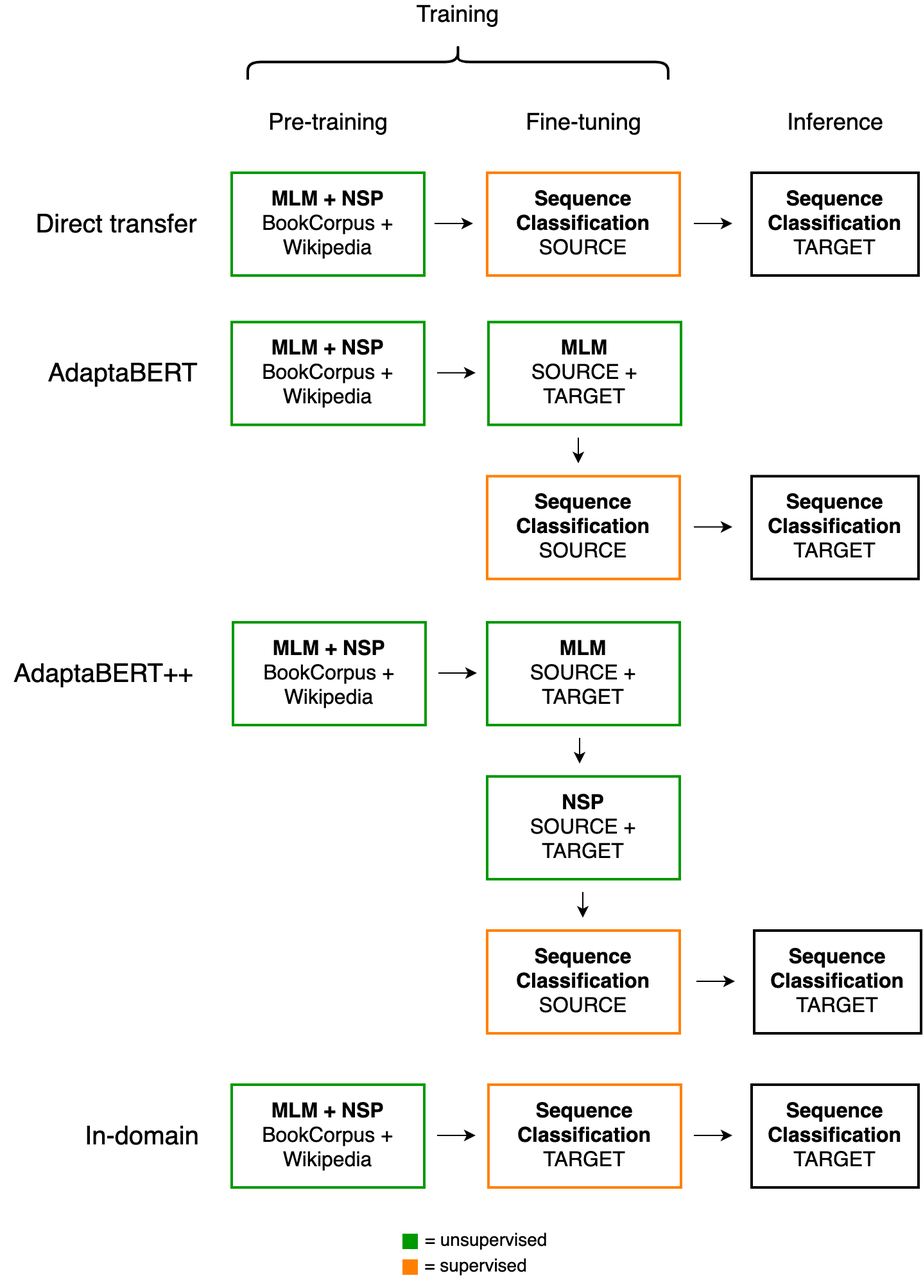
Before: 0-img/adaptabert-nsp.png, a diagram exported from draw.io (fawazshah/MEng-Project-Report). Source tidied: cells renumbered, new cells last; positions are measured from the earlier drawing's top-left corner, leaving out a move shared by most shapes.
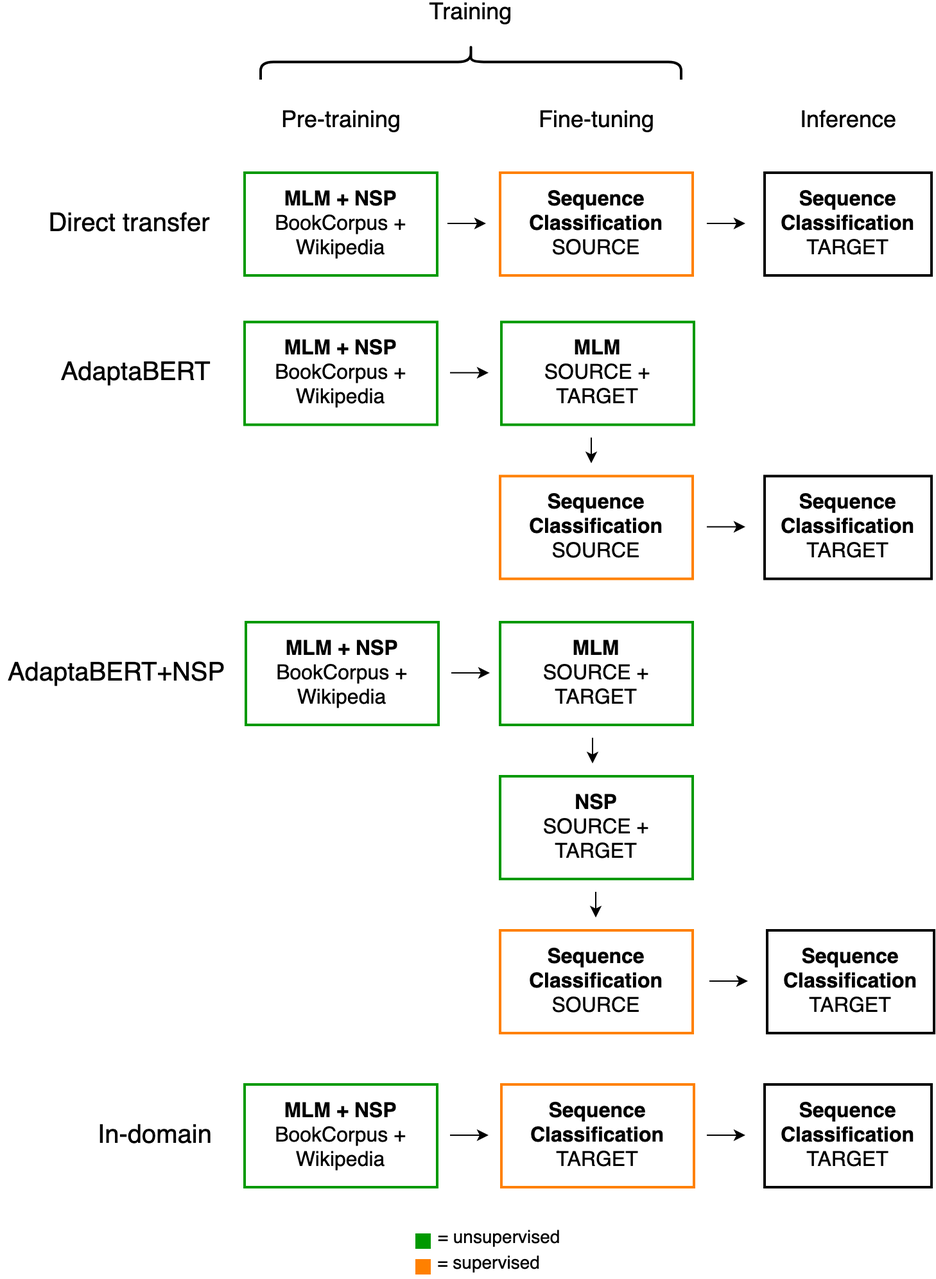
Above is the later version.

Change to the diagram source:
```diff
@@ -128,8 +128,8 @@
         <mxPoint x="451" y="710" as="targetPoint" />
       </mxGeometry>
     </mxCell>
-    <mxCell id="35" value="&lt;span style=&quot;font-size: 20px&quot;&gt;AdaptaBERT++&lt;/span&gt;" style="text;html=1;align=center;verticalAlign=middle;strokeColor=none;" parent="1" vertex="1">
-      <mxGeometry y="630" width="160" height="20" as="geometry" />
+    <mxCell id="35" value="&lt;span style=&quot;font-size: 20px&quot;&gt;AdaptaBERT+NSP&lt;/span&gt;" style="text;html=1;align=center;verticalAlign=middle;strokeColor=none;" parent="1" vertex="1">
+      <mxGeometry x="-10" y="630" width="180" height="20" as="geometry" />
     </mxCell>
     <mxCell id="36" value="&lt;font style=&quot;font-size: 16px&quot;&gt;&lt;b&gt;Sequence Classification&lt;/b&gt;&lt;br&gt;SOURCE&lt;br&gt;&lt;/font&gt;" style="rounded=0;whiteSpace=wrap;html=1;strokeWidth=2;strokeColor=#FF8000;fillColor=none;" parent="1" vertex="1">
       <mxGeometry x="379" y="840" width="150" height="80" as="geometry" />
```
